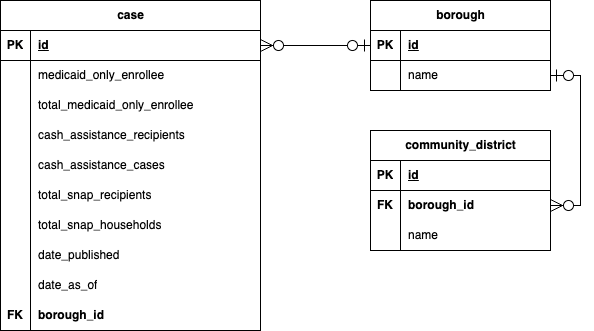
This is Project 1/1. Literature/ER Diagram.png from ktxdev/AIM-5001, a draw.io export, as it was before one commit. Source tidied: cells renumbered, new cells last; positions are measured from the earlier drawing's top-left corner, leaving out a move shared by most shapes.
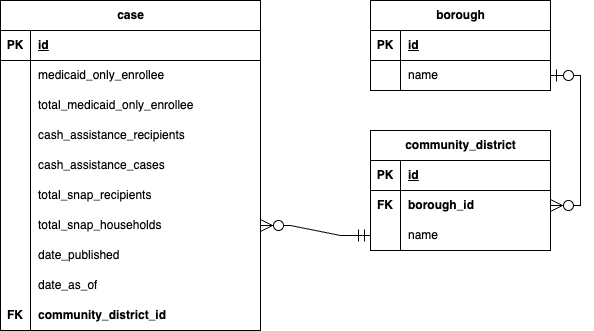
Later version of the same file.

Commit message:
Made changes to the ER Diagram

What changed in the source:
```diff
@@ -92,7 +92,7 @@
     <mxCell id="31" value="FK" style="shape=partialRectangle;fillColor=none;top=0;left=0;bottom=0;right=0;overflow=hidden;whiteSpace=wrap;html=1;fontStyle=1;" parent="30" vertex="1">
       <mxGeometry width="30" height="30" as="geometry" />
     </mxCell>
-    <mxCell id="32" value="borough_id" style="shape=partialRectangle;fillColor=none;top=0;left=0;bottom=0;right=0;align=left;spacingLeft=6;overflow=hidden;whiteSpace=wrap;html=1;fontStyle=1;" parent="30" vertex="1">
+    <mxCell id="32" value="community_district_id" style="shape=partialRectangle;fillColor=none;top=0;left=0;bottom=0;right=0;align=left;spacingLeft=6;overflow=hidden;whiteSpace=wrap;html=1;fontStyle=1;" parent="30" vertex="1">
       <mxGeometry x="30" width="230" height="30" as="geometry" />
     </mxCell>
     <mxCell id="33" value="borough" style="shape=table;startSize=30;rowLines=0;fontStyle=1;align=center;html=1;" parent="1" vertex="1">
@@ -146,11 +146,11 @@
     <mxCell id="49" value="name" style="shape=partialRectangle;fillColor=none;top=0;left=0;bottom=0;right=0;align=left;spacingLeft=6;overflow=hidden;whiteSpace=wrap;html=1;" parent="47" vertex="1">
       <mxGeometry x="30" width="150" height="30" as="geometry" />
     </mxCell>
-    <mxCell id="50" style="edgeStyle=entityRelationEdgeStyle;fontSize=12;html=1;endArrow=ERzeroToMany;startArrow=ERzeroToOne;rounded=0;endSize=10;startSize=10;entryX=1;entryY=0.5;entryDx=0;entryDy=0;exitX=0;exitY=0.5;exitDx=0;exitDy=0;startFill=0;" parent="1" edge="1" source="34" target="3">
-      <mxGeometry relative="1" as="geometry" />
-    </mxCell>
     <mxCell id="51" style="edgeStyle=entityRelationEdgeStyle;fontSize=12;html=1;endArrow=ERzeroToMany;startArrow=ERzeroToOne;rounded=0;endSize=10;startSize=10;entryX=1;entryY=0.5;entryDx=0;entryDy=0;strokeColor=default;" parent="1" edge="1" source="37" target="44">
       <mxGeometry relative="1" as="geometry" />
     </mxCell>
+    <mxCell id="52" style="edgeStyle=entityRelationEdgeStyle;fontSize=12;html=1;endArrow=ERzeroToMany;startArrow=ERmandOne;rounded=0;exitX=0;exitY=0.5;exitDx=0;exitDy=0;endSize=10;startSize=10;startFill=0;endFill=0;" parent="1" edge="1" source="47" target="21">
+      <mxGeometry relative="1" as="geometry" />
+    </mxCell>
   </root>
 </mxGraphModel>
```
